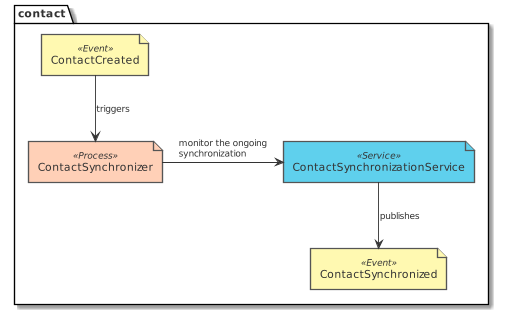
The PlantUML diagram paper/design_contact_eventstorming_contact_synchronizer.png in tmorin/dorders, before a commit.
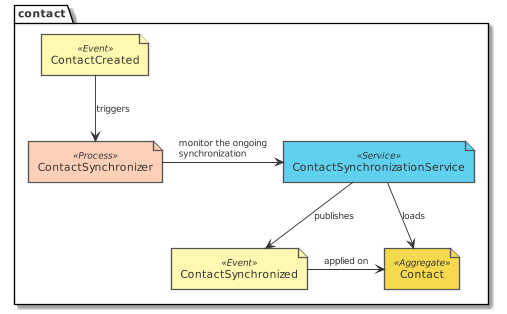
After the change.

Change to the diagram source:
```diff
@@ -6,8 +6,11 @@
   service('ContactSynchronizationService')
   event('ContactCreated')
   event('ContactSynchronized')
+  aggregate('Contact')
 }
 ContactCreated --> ContactSynchronizer : triggers
 ContactSynchronizer -r-> ContactSynchronizationService : monitor the ongoing synchronization
 ContactSynchronizationService --> ContactSynchronized : publishes
+ContactSynchronizationService --> Contact : loads
+ContactSynchronized -r-> Contact : applied on
 @enduml
```
